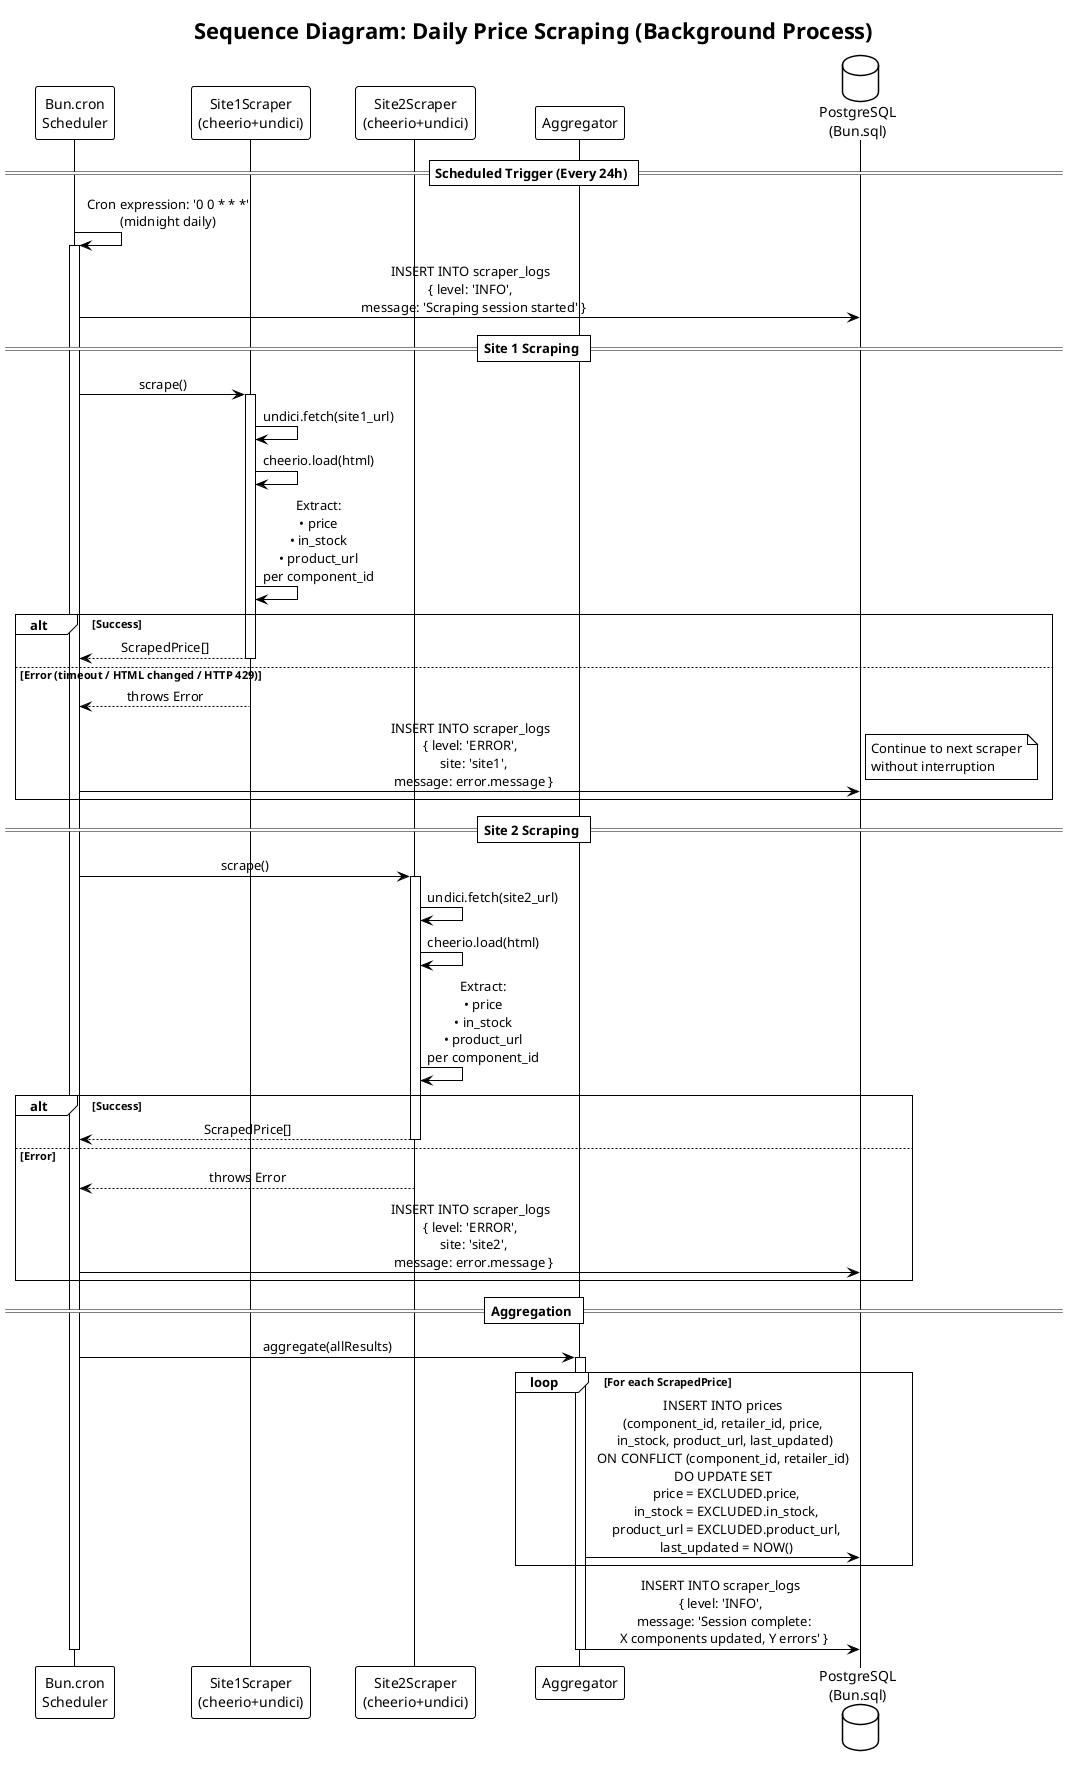
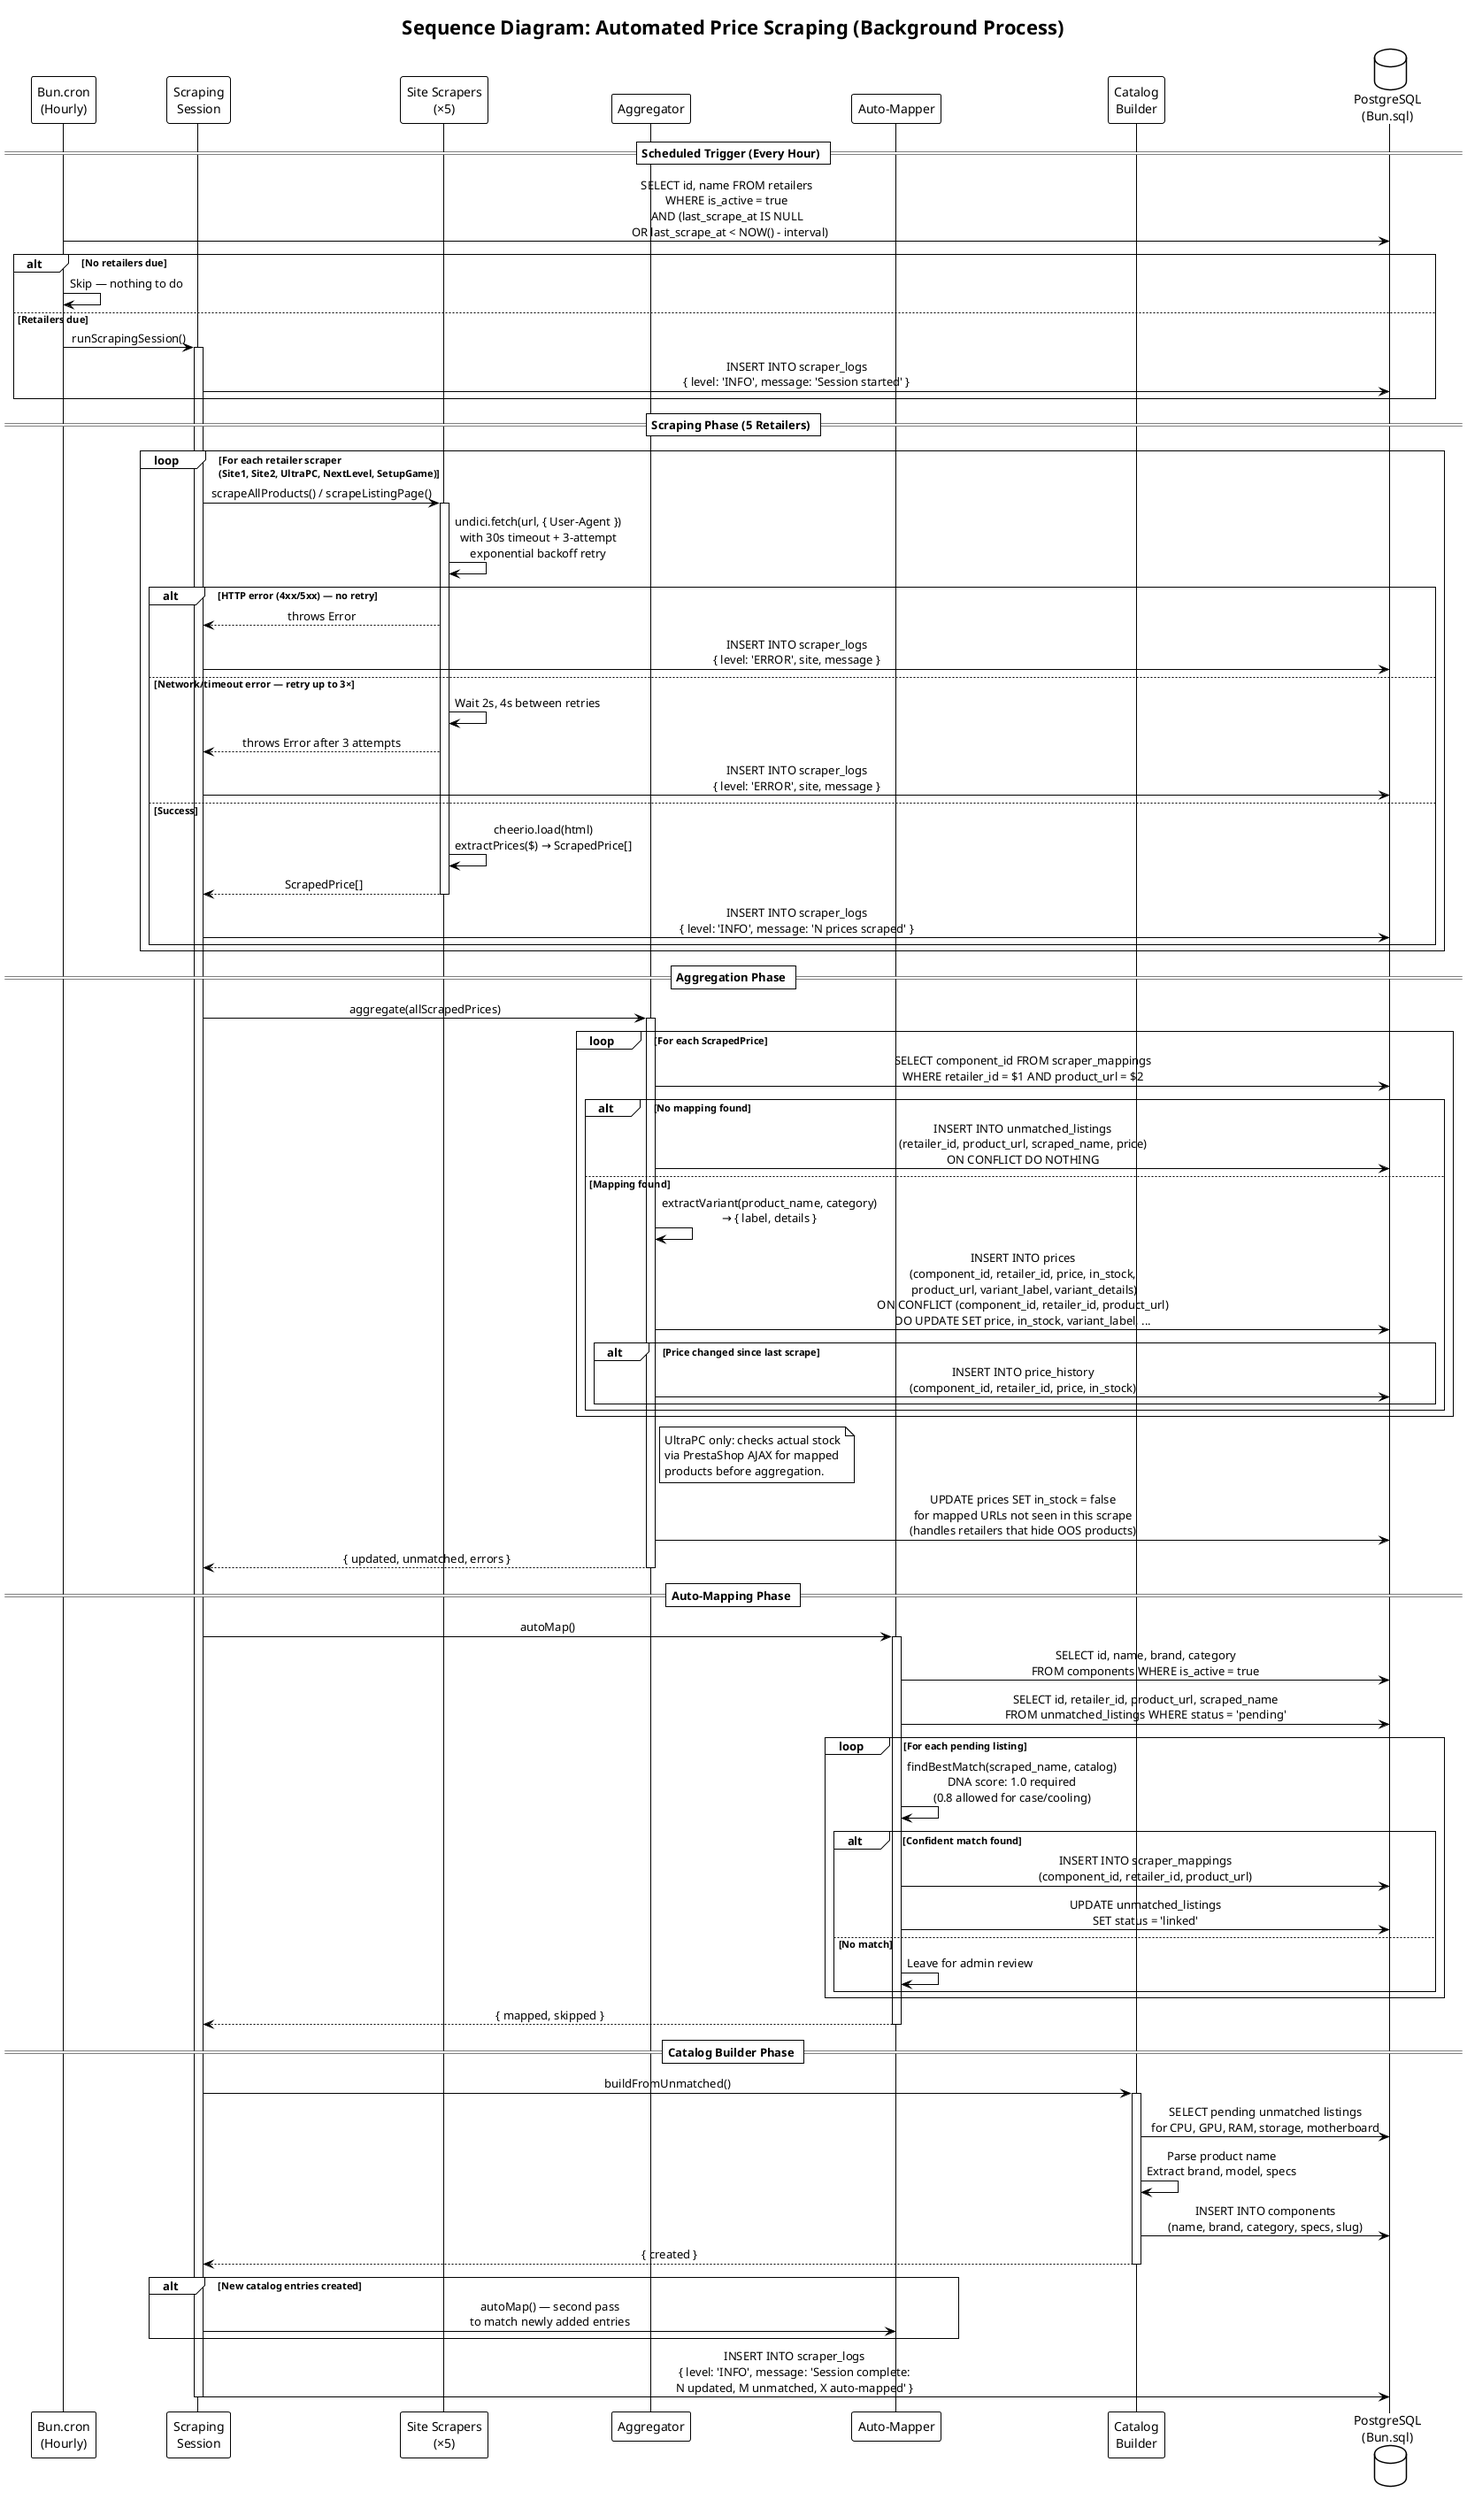
- @startuml Sequence - Daily Price Scraping
+ @startuml Sequence - Scraping Session
!theme plain
skinparam sequenceMessageAlign center
skinparam responseMessageBelowArrow true

- title Sequence Diagram: Daily Price Scraping (Background Process)
+ title Sequence Diagram: Automated Price Scraping (Background Process)

- participant "Bun.cron\nScheduler" as cron
- participant "Site1Scraper\n(cheerio+undici)" as s1
- participant "Site2Scraper\n(cheerio+undici)" as s2
+ participant "Bun.cron\n(Hourly)" as cron
+ participant "Scraping\nSession" as session
+ participant "Site Scrapers\n(×5)" as scrapers
participant "Aggregator" as agg
+ participant "Auto-Mapper" as mapper
+ participant "Catalog\nBuilder" as builder
database "PostgreSQL\n(Bun.sql)" as db

- == Scheduled Trigger (Every 24h) ==
+ == Scheduled Trigger (Every Hour) ==

- cron -> cron : Cron expression: '0 0 * * *'\n(midnight daily)
- activate cron
+ cron -> db : SELECT id, name FROM retailers\nWHERE is_active = true\nAND (last_scrape_at IS NULL\n  OR last_scrape_at < NOW() - interval)

- cron -> db : INSERT INTO scraper_logs\n{ level: 'INFO',\n  message: 'Scraping session started' }
- 
- == Site 1 Scraping ==
- 
- cron -> s1 : scrape()
- activate s1
- 
- s1 -> s1 : undici.fetch(site1_url)
- s1 -> s1 : cheerio.load(html)
- s1 -> s1 : Extract:\n• price\n• in_stock\n• product_url\nper component_id
- 
- alt Success
-   s1 --> cron : ScrapedPrice[]
-   deactivate s1
- else Error (timeout / HTML changed / HTTP 429)
-   s1 --> cron : throws Error
-   deactivate s1
-   cron -> db : INSERT INTO scraper_logs\n{ level: 'ERROR',\n  site: 'site1',\n  message: error.message }
-   note right : Continue to next scraper\nwithout interruption
+ alt No retailers due
+   cron -> cron : Skip — nothing to do
+ else Retailers due
+   cron -> session : runScrapingSession()
+   activate session
+   session -> db : INSERT INTO scraper_logs\n{ level: 'INFO', message: 'Session started' }
end

- == Site 2 Scraping ==
+ == Scraping Phase (5 Retailers) ==

- cron -> s2 : scrape()
- activate s2
+ loop For each retailer scraper\n(Site1, Site2, UltraPC, NextLevel, SetupGame)
+   session -> scrapers : scrapeAllProducts() / scrapeListingPage()
+   activate scrapers

- s2 -> s2 : undici.fetch(site2_url)
- s2 -> s2 : cheerio.load(html)
- s2 -> s2 : Extract:\n• price\n• in_stock\n• product_url\nper component_id
+   scrapers -> scrapers : undici.fetch(url, { User-Agent })\nwith 30s timeout + 3-attempt\nexponential backoff retry

- alt Success
-   s2 --> cron : ScrapedPrice[]
-   deactivate s2
- else Error
-   s2 --> cron : throws Error
-   deactivate s2
-   cron -> db : INSERT INTO scraper_logs\n{ level: 'ERROR',\n  site: 'site2',\n  message: error.message }
+   alt HTTP error (4xx/5xx) — no retry
+     scrapers --> session : throws Error
+     session -> db : INSERT INTO scraper_logs\n{ level: 'ERROR', site, message }
+   else Network/timeout error — retry up to 3×
+     scrapers -> scrapers : Wait 2s, 4s between retries
+     scrapers --> session : throws Error after 3 attempts
+     session -> db : INSERT INTO scraper_logs\n{ level: 'ERROR', site, message }
+   else Success
+     scrapers -> scrapers : cheerio.load(html)\nextractPrices($) → ScrapedPrice[]
+     scrapers --> session : ScrapedPrice[]
+     deactivate scrapers
+     session -> db : INSERT INTO scraper_logs\n{ level: 'INFO', message: 'N prices scraped' }
+   end
end

- == Aggregation ==
+ == Aggregation Phase ==

- cron -> agg : aggregate(allResults)
+ session -> agg : aggregate(allScrapedPrices)
activate agg

loop For each ScrapedPrice
-   agg -> db : INSERT INTO prices\n(component_id, retailer_id, price,\n in_stock, product_url, last_updated)\nON CONFLICT (component_id, retailer_id)\nDO UPDATE SET\n  price = EXCLUDED.price,\n  in_stock = EXCLUDED.in_stock,\n  product_url = EXCLUDED.product_url,\n  last_updated = NOW()
+   agg -> db : SELECT component_id FROM scraper_mappings\nWHERE retailer_id = $1 AND product_url = $2
+ 
+   alt No mapping found
+     agg -> db : INSERT INTO unmatched_listings\n(retailer_id, product_url, scraped_name, price)\nON CONFLICT DO NOTHING
+   else Mapping found
+     agg -> agg : extractVariant(product_name, category)\n→ { label, details }
+     agg -> db : INSERT INTO prices\n(component_id, retailer_id, price, in_stock,\n product_url, variant_label, variant_details)\nON CONFLICT (component_id, retailer_id, product_url)\nDO UPDATE SET price, in_stock, variant_label, ...
+ 
+     alt Price changed since last scrape
+       agg -> db : INSERT INTO price_history\n(component_id, retailer_id, price, in_stock)
+     end
+   end
end

- agg -> db : INSERT INTO scraper_logs\n{ level: 'INFO',\n  message: 'Session complete:\n  X components updated, Y errors' }
+ note right of agg
+   UltraPC only: checks actual stock
+   via PrestaShop AJAX for mapped
+   products before aggregation.
+ end note

+ agg -> db : UPDATE prices SET in_stock = false\nfor mapped URLs not seen in this scrape\n(handles retailers that hide OOS products)
+ 
+ agg --> session : { updated, unmatched, errors }
deactivate agg
- deactivate cron
+ 
+ == Auto-Mapping Phase ==
+ 
+ session -> mapper : autoMap()
+ activate mapper
+ mapper -> db : SELECT id, name, brand, category\nFROM components WHERE is_active = true
+ mapper -> db : SELECT id, retailer_id, product_url, scraped_name\nFROM unmatched_listings WHERE status = 'pending'
+ 
+ loop For each pending listing
+   mapper -> mapper : findBestMatch(scraped_name, catalog)\nDNA score: 1.0 required\n(0.8 allowed for case/cooling)
+ 
+   alt Confident match found
+     mapper -> db : INSERT INTO scraper_mappings\n(component_id, retailer_id, product_url)
+     mapper -> db : UPDATE unmatched_listings\nSET status = 'linked'
+   else No match
+     mapper -> mapper : Leave for admin review
+   end
+ end
+ 
+ mapper --> session : { mapped, skipped }
+ deactivate mapper
+ 
+ == Catalog Builder Phase ==
+ 
+ session -> builder : buildFromUnmatched()
+ activate builder
+ builder -> db : SELECT pending unmatched listings\nfor CPU, GPU, RAM, storage, motherboard
+ builder -> builder : Parse product name\nExtract brand, model, specs
+ builder -> db : INSERT INTO components\n(name, brand, category, specs, slug)
+ builder --> session : { created }
+ deactivate builder
+ 
+ alt New catalog entries created
+   session -> mapper : autoMap() — second pass\nto match newly added entries
+ end
+ 
+ session -> db : INSERT INTO scraper_logs\n{ level: 'INFO', message: 'Session complete:\nN updated, M unmatched, X auto-mapped' }
+ deactivate session

@enduml
